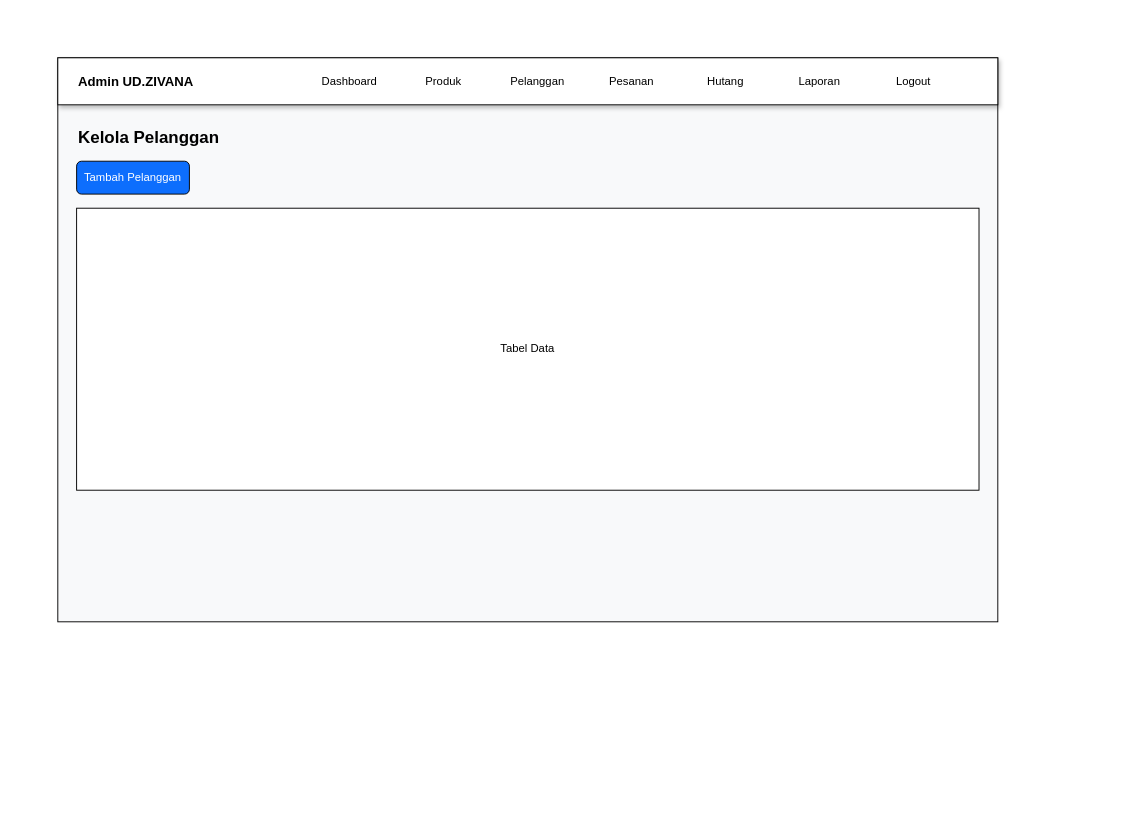
The draw.io diagram diagram/desain/admin/pelanggan.drawio in RajaSunrise/ud_zivana, before the edit. Source tidied: cells renumbered, new cells numbered last; positions are measured from the earlier drawing's top-left corner, leaving out a move shared by most shapes. Both pictures are drawn from the tidied source at 94%, with x=0, y=0 at pixel (57, 57).
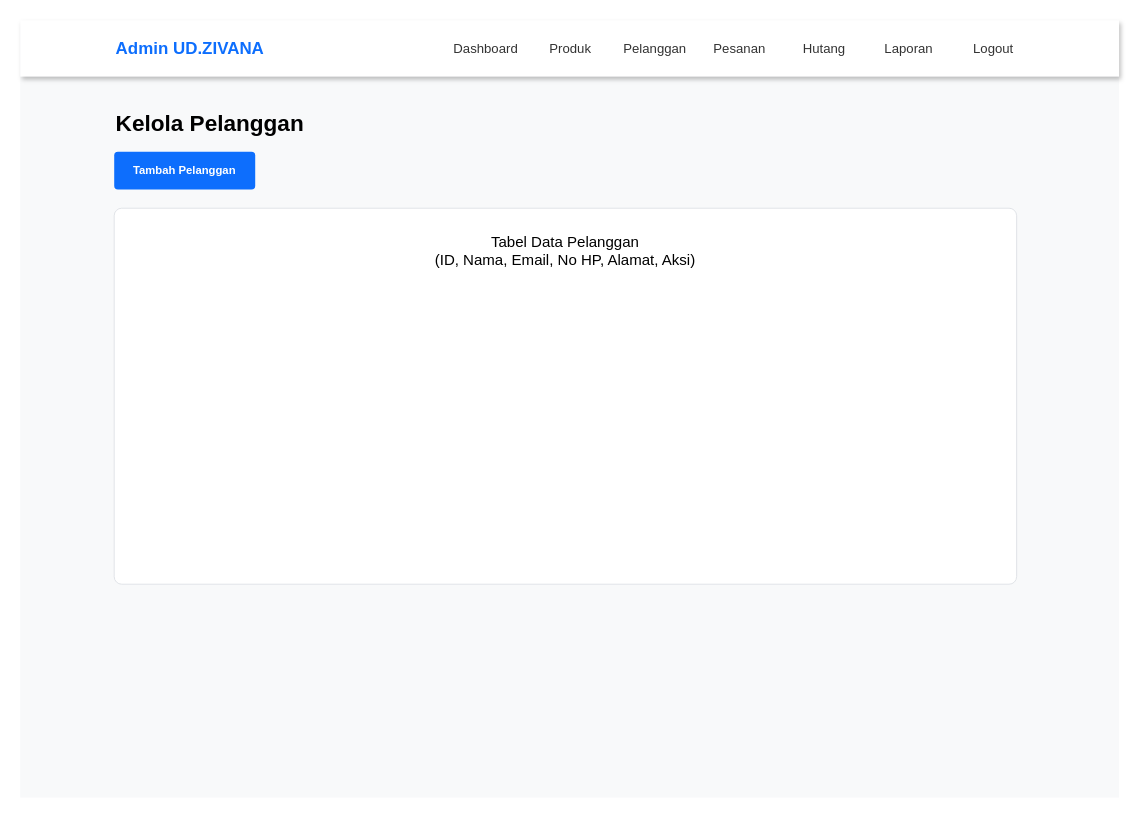
The same diagram, later.

Diff of the diagram source:
```diff
@@
 <mxGraphModel>
   <root>
     <mxCell id="0" />
     <mxCell id="1" parent="0" />
-    <mxCell id="2" style="rounded=0;whiteSpace=wrap;html=1;fillColor=#f8f9fa;" parent="1" vertex="1">
-      <mxGeometry width="1000" height="600" as="geometry" />
+    <mxCell id="2" style="rounded=0;whiteSpace=wrap;html=1;fillColor=#f8f9fa;strokeColor=none;" parent="1" vertex="1">
+      <mxGeometry x="-40" y="-40" width="1169" height="827" as="geometry" />
     </mxCell>
-    <mxCell id="3" style="rounded=0;whiteSpace=wrap;html=1;fillColor=#ffffff;shadow=1;" parent="1" vertex="1">
-      <mxGeometry width="1000" height="50" as="geometry" />
-    </mxCell>
+    <mxCell id="15" style="rounded=0;whiteSpace=wrap;html=1;fillColor=#ffffff;shadow=1;strokeColor=none;" parent="1" vertex="1">
+      <mxGeometry x="-40" y="-40" width="1169" height="60" as="geometry" />
+    </mxCell>
-    <mxCell id="4" value="Admin UD.ZIVANA" style="text;html=1;strokeColor=none;fillColor=none;align=left;verticalAlign=middle;fontStyle=1;fontSize=14;" parent="1" vertex="1">
-      <mxGeometry x="20" width="200" height="50" as="geometry" />
+    <mxCell id="4" value="Admin UD.ZIVANA" style="text;html=1;strokeColor=none;fillColor=none;align=left;verticalAlign=middle;fontStyle=1;fontSize=18;fontColor=#0d6efd;" parent="1" vertex="1">
+      <mxGeometry x="60" y="-30" width="200" height="40" as="geometry" />
     </mxCell>
-    <mxCell id="5" value="Dashboard" style="text;html=1;strokeColor=none;fillColor=none;align=center;verticalAlign=middle;" parent="1" vertex="1">
-      <mxGeometry x="260" width="100" height="50" as="geometry" />
+    <mxCell id="5" value="Dashboard" style="text;html=1;strokeColor=none;fillColor=none;align=center;verticalAlign=middle;fontSize=14;fontColor=#333333;" parent="1" vertex="1">
+      <mxGeometry x="410" y="-30" width="90" height="40" as="geometry" />
     </mxCell>
-    <mxCell id="6" value="Produk" style="text;html=1;strokeColor=none;fillColor=none;align=center;verticalAlign=middle;" parent="1" vertex="1">
-      <mxGeometry x="360" width="100" height="50" as="geometry" />
+    <mxCell id="6" value="Produk" style="text;html=1;strokeColor=none;fillColor=none;align=center;verticalAlign=middle;fontSize=14;fontColor=#333333;" parent="1" vertex="1">
+      <mxGeometry x="500" y="-30" width="90" height="40" as="geometry" />
     </mxCell>
-    <mxCell id="7" value="Pelanggan" style="text;html=1;strokeColor=none;fillColor=none;align=center;verticalAlign=middle;" parent="1" vertex="1">
-      <mxGeometry x="460" width="100" height="50" as="geometry" />
+    <mxCell id="7" value="Pelanggan" style="text;html=1;strokeColor=none;fillColor=none;align=center;verticalAlign=middle;fontSize=14;fontColor=#333333;" parent="1" vertex="1">
+      <mxGeometry x="590" y="-30" width="90" height="40" as="geometry" />
     </mxCell>
-    <mxCell id="8" value="Pesanan" style="text;html=1;strokeColor=none;fillColor=none;align=center;verticalAlign=middle;" parent="1" vertex="1">
-      <mxGeometry x="560" width="100" height="50" as="geometry" />
+    <mxCell id="8" value="Pesanan" style="text;html=1;strokeColor=none;fillColor=none;align=center;verticalAlign=middle;fontSize=14;fontColor=#333333;" parent="1" vertex="1">
+      <mxGeometry x="680" y="-30" width="90" height="40" as="geometry" />
     </mxCell>
-    <mxCell id="9" value="Hutang" style="text;html=1;strokeColor=none;fillColor=none;align=center;verticalAlign=middle;" parent="1" vertex="1">
-      <mxGeometry x="660" width="100" height="50" as="geometry" />
+    <mxCell id="9" value="Hutang" style="text;html=1;strokeColor=none;fillColor=none;align=center;verticalAlign=middle;fontSize=14;fontColor=#333333;" parent="1" vertex="1">
+      <mxGeometry x="770" y="-30" width="90" height="40" as="geometry" />
     </mxCell>
-    <mxCell id="10" value="Laporan" style="text;html=1;strokeColor=none;fillColor=none;align=center;verticalAlign=middle;" parent="1" vertex="1">
-      <mxGeometry x="760" width="100" height="50" as="geometry" />
+    <mxCell id="10" value="Laporan" style="text;html=1;strokeColor=none;fillColor=none;align=center;verticalAlign=middle;fontSize=14;fontColor=#333333;" parent="1" vertex="1">
+      <mxGeometry x="860" y="-30" width="90" height="40" as="geometry" />
     </mxCell>
-    <mxCell id="11" value="Logout" style="text;html=1;strokeColor=none;fillColor=none;align=center;verticalAlign=middle;" parent="1" vertex="1">
-      <mxGeometry x="860" width="100" height="50" as="geometry" />
+    <mxCell id="11" value="Logout" style="text;html=1;strokeColor=none;fillColor=none;align=center;verticalAlign=middle;fontSize=14;fontColor=#333333;" parent="1" vertex="1">
+      <mxGeometry x="950" y="-30" width="90" height="40" as="geometry" />
     </mxCell>
-    <mxCell id="12" value="Kelola Pelanggan" style="text;html=1;strokeColor=none;fillColor=none;align=left;verticalAlign=middle;fontSize=18;fontStyle=1;" parent="1" vertex="1">
-      <mxGeometry x="20" y="70" width="300" height="30" as="geometry" />
+    <mxCell id="12" value="Kelola Pelanggan" style="text;html=1;strokeColor=none;fillColor=none;align=left;verticalAlign=middle;fontSize=24;fontStyle=1;" parent="1" vertex="1">
+      <mxGeometry x="60" y="50" width="300" height="40" as="geometry" />
     </mxCell>
-    <mxCell id="13" value="Tambah Pelanggan" style="rounded=1;whiteSpace=wrap;html=1;fillColor=#0d6efd;fontColor=#ffffff;" parent="1" vertex="1">
-      <mxGeometry x="20" y="110" width="120" height="35" as="geometry" />
+    <mxCell id="13" value="Tambah Pelanggan" style="rounded=1;arcSize=10;whiteSpace=wrap;html=1;fillColor=#0d6efd;fontColor=#ffffff;strokeColor=none;fontStyle=1;" parent="1" vertex="1">
+      <mxGeometry x="60" y="100" width="150" height="40" as="geometry" />
     </mxCell>
-    <mxCell id="14" value="Tabel Data" style="rounded=0;whiteSpace=wrap;html=1;align=center;verticalAlign=middle;" parent="1" vertex="1">
-      <mxGeometry x="20" y="160" width="960" height="300" as="geometry" />
+    <mxCell id="14" value="Tabel Data Pelanggan&#10;(ID, Nama, Email, No HP, Alamat, Aksi)" style="rounded=1;arcSize=2;whiteSpace=wrap;html=1;fillColor=#ffffff;strokeColor=#dee2e6;align=center;verticalAlign=top;spacingTop=20;fontSize=16;" parent="1" vertex="1">
+      <mxGeometry x="60" y="160" width="960" height="400" as="geometry" />
     </mxCell>
   </root>
 </mxGraphModel>
```
